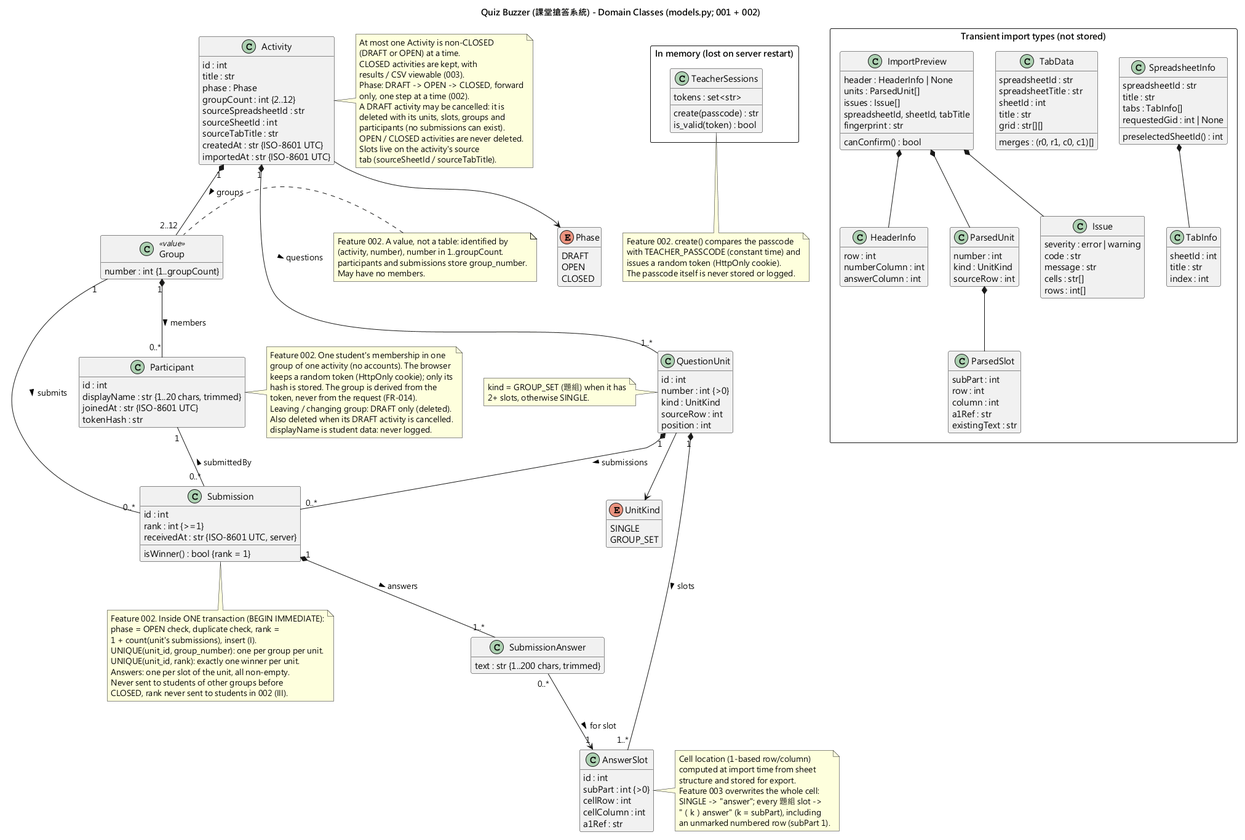
Above: diagrams/domain-class.png in WasabiSaikou/quiz-buzzer (PlantUML), before the change.
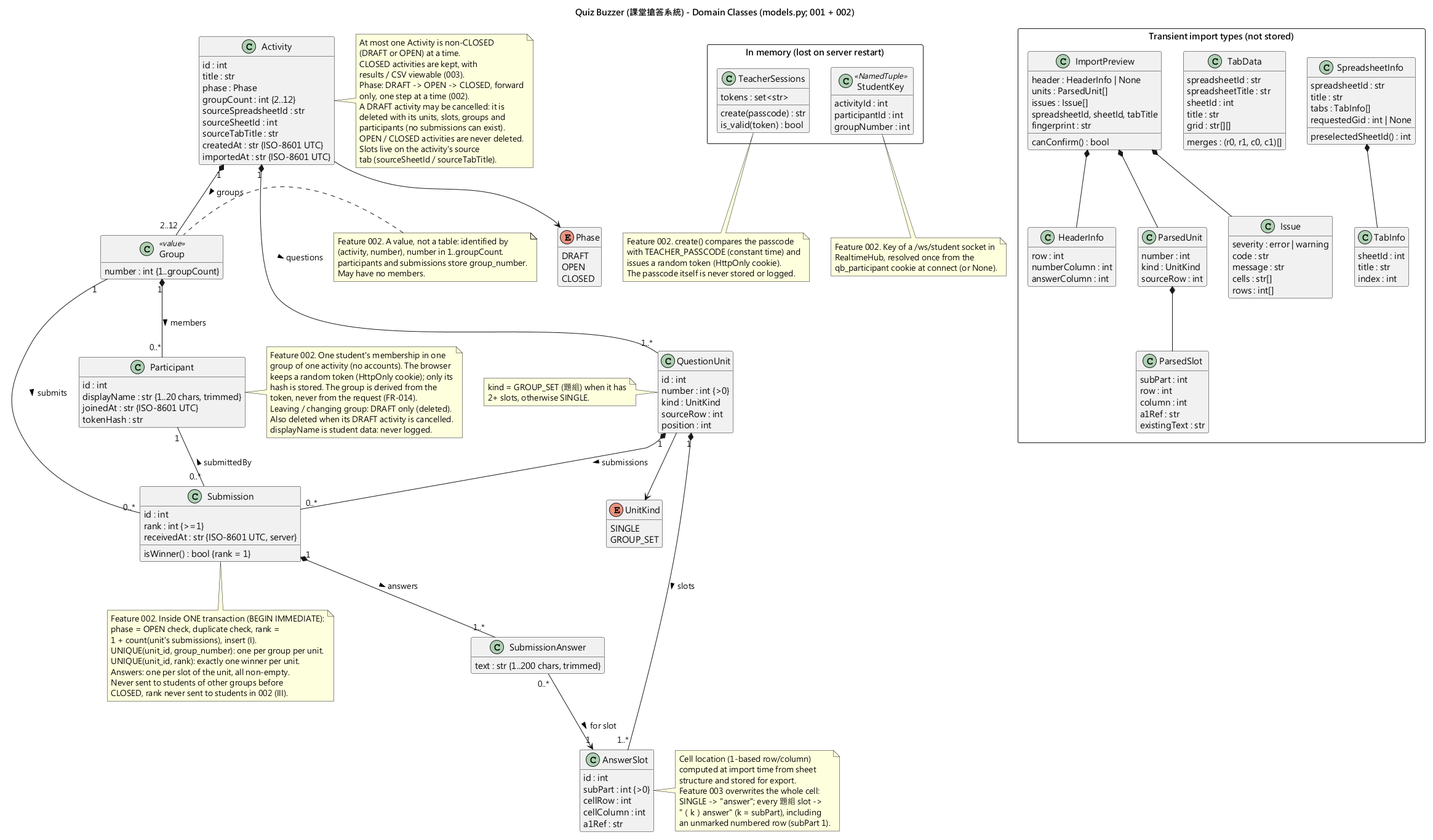
Above is the later version.

What changed in the source:
```diff
@@ -204,7 +204,18 @@
     create(passcode) : str
     is_valid(token) : bool
   }
+  class StudentKey <<NamedTuple>> {
+    activityId : int
+    participantId : int
+    groupNumber : int
+  }
 }
+
+note bottom of StudentKey
+  Feature 002. Key of a /ws/student socket in
+  RealtimeHub, resolved once from the
+  qb_participant cookie at connect (or None).
+end note
 
 note bottom of TeacherSessions
   Feature 002. create() compares the passcode
```
